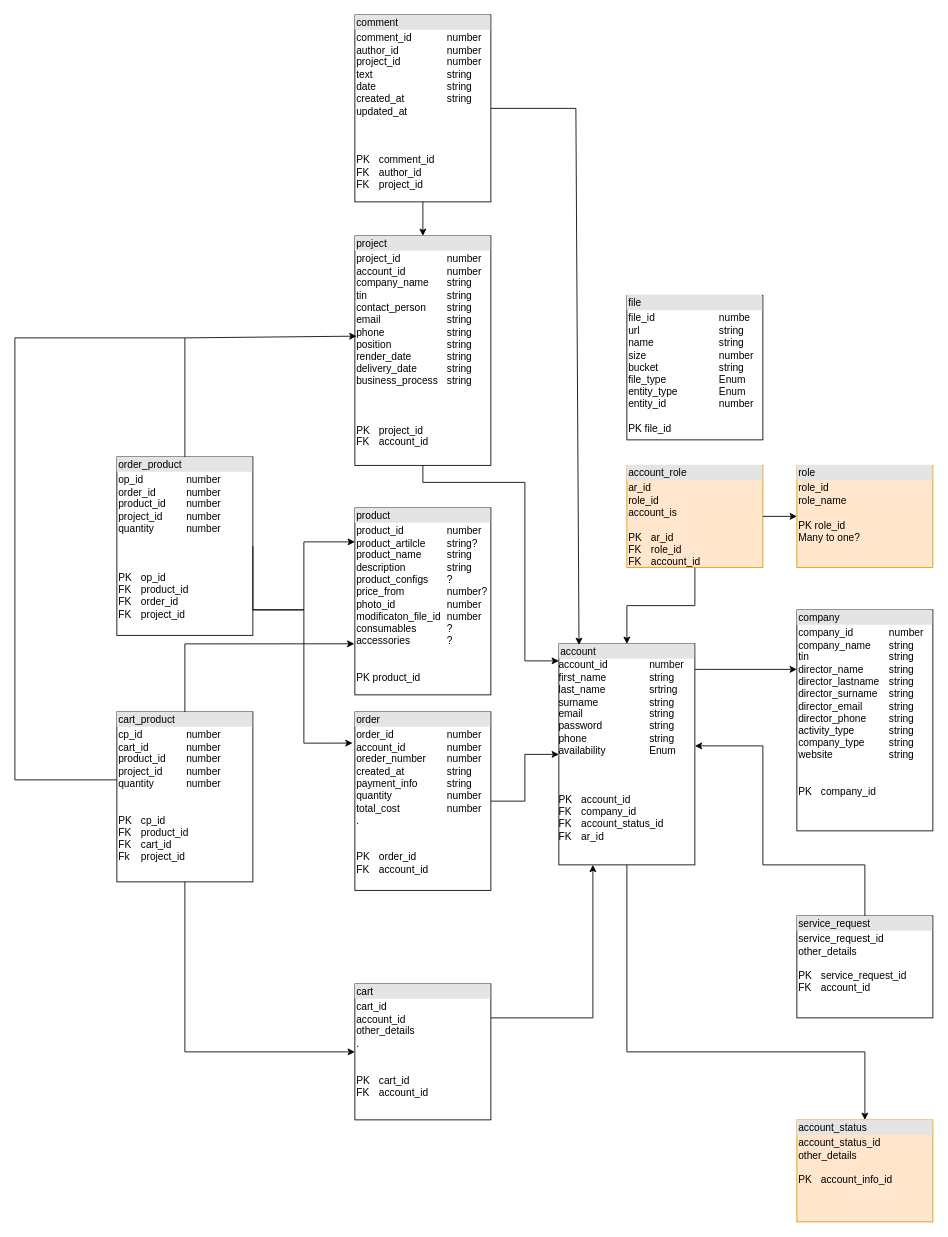
Before: Диаграмма без названия.drawio in zanchess/design-patterns, a draw.io diagram. Source tidied: cells renumbered, new cells numbered last; positions are measured from the earlier drawing's top-left corner, leaving out a move shared by most shapes. Both pictures are drawn from the tidied source at 85%, with x=0, y=0 at pixel (14, 14).
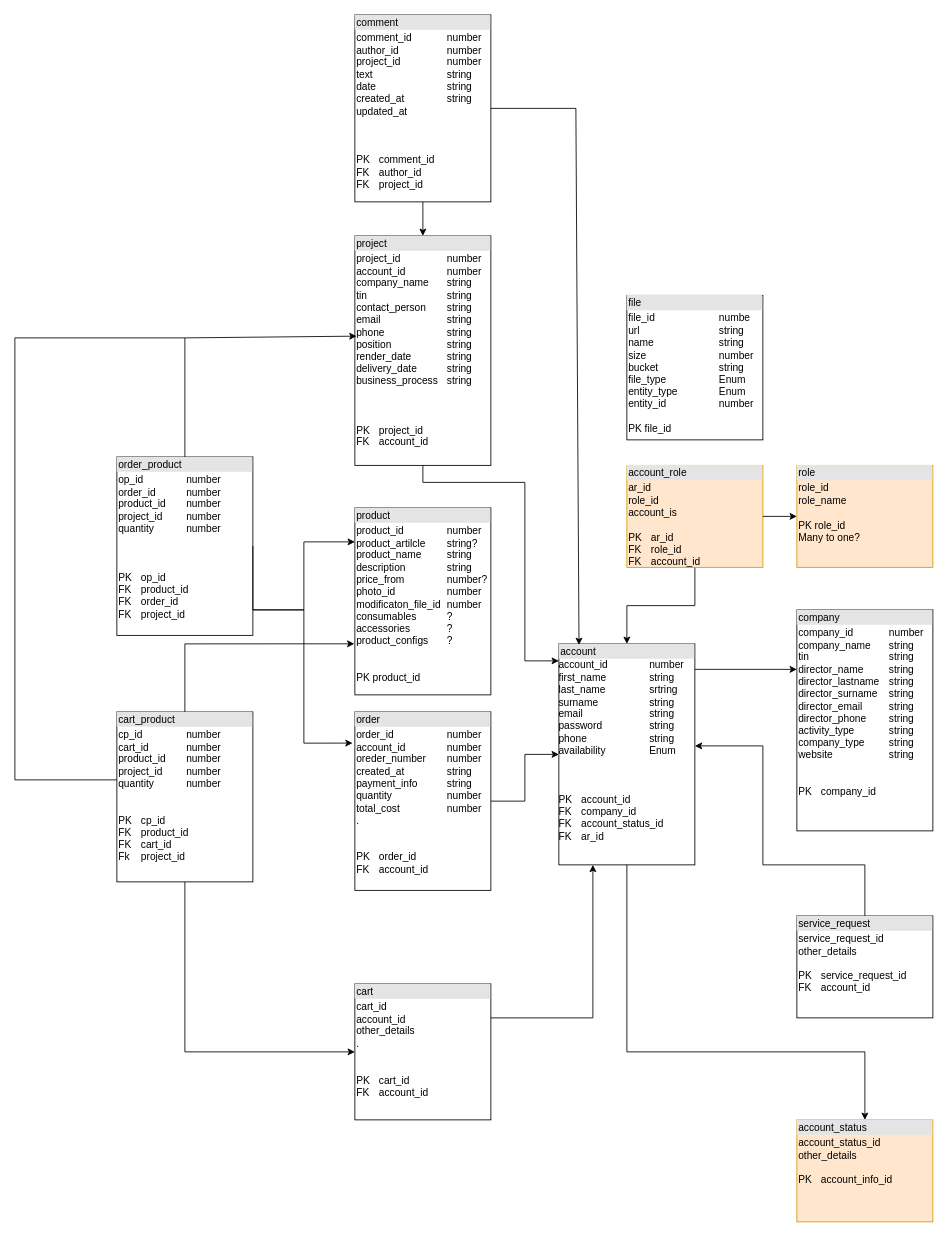
The same diagram, later.

Diff of the diagram source:
```diff
@@
-    <mxCell id="9" value="&lt;div style=&quot;box-sizing:border-box;width:100%;background:#e4e4e4;padding:2px;&quot;&gt;product&lt;/div&gt;&lt;table style=&quot;width:100%;font-size:1em;&quot; cellpadding=&quot;2&quot; cellspacing=&quot;0&quot;&gt;&lt;tbody&gt;&lt;tr&gt;&lt;td&gt;product_id&lt;span style=&quot;white-space: pre;&quot;&gt;&#9;&lt;/span&gt;&lt;span style=&quot;white-space: pre;&quot;&gt;&#9;&lt;/span&gt;number&lt;br&gt;product_artilcle&lt;span style=&quot;white-space: pre;&quot;&gt;&#9;&lt;/span&gt;string?&lt;br&gt;product_name&lt;span style=&quot;white-space: pre;&quot;&gt;&#9;&lt;/span&gt;&lt;span style=&quot;white-space: pre;&quot;&gt;&#9;&lt;/span&gt;string&lt;br&gt;description&lt;span style=&quot;white-space: pre;&quot;&gt;&#9;&lt;/span&gt;&lt;span style=&quot;white-space: pre;&quot;&gt;&#9;&lt;/span&gt;string&lt;br&gt;product_configs&lt;span style=&quot;white-space: pre;&quot;&gt;&#9;&lt;/span&gt;?&lt;br&gt;price_from&lt;span style=&quot;white-space: pre;&quot;&gt;&#9;&lt;/span&gt;&lt;span style=&quot;white-space: pre;&quot;&gt;&#9;&lt;/span&gt;number?&lt;br&gt;photo_id&lt;span style=&quot;white-space: pre;&quot;&gt;&#9;&lt;/span&gt;&lt;span style=&quot;white-space: pre;&quot;&gt;&#9;&lt;/span&gt;&lt;span style=&quot;white-space: pre;&quot;&gt;&#9;&lt;/span&gt;number&lt;br&gt;modificaton_file_id&lt;span style=&quot;white-space: pre;&quot;&gt;&#9;&lt;/span&gt;number&lt;br&gt;consumables&lt;span style=&quot;white-space: pre;&quot;&gt;&#9;&lt;span style=&quot;white-space: pre;&quot;&gt;&#9;&lt;/span&gt;?&lt;br/&gt;accessories&lt;span style=&quot;white-space: pre;&quot;&gt;&#9;&lt;/span&gt;&lt;span style=&quot;white-space: pre;&quot;&gt;&#9;&lt;/span&gt;?&lt;br&gt;&lt;/span&gt;&lt;span style=&quot;white-space: pre;&quot;&gt;&#9;&lt;/span&gt;&lt;span style=&quot;white-space: pre;&quot;&gt;&#9;&lt;/span&gt;&lt;span style=&quot;white-space: pre;&quot;&gt;&#9;&lt;/span&gt;&lt;br&gt;&lt;br&gt;PK product_id&lt;/td&gt;&lt;td&gt;&lt;br&gt;&lt;/td&gt;&lt;/tr&gt;&lt;/tbody&gt;&lt;/table&gt;" style="verticalAlign=top;align=left;overflow=fill;html=1;whiteSpace=wrap;" parent="1" vertex="1">
+    <mxCell id="9" value="&lt;div style=&quot;box-sizing:border-box;width:100%;background:#e4e4e4;padding:2px;&quot;&gt;product&lt;/div&gt;&lt;table style=&quot;width:100%;font-size:1em;&quot; cellpadding=&quot;2&quot; cellspacing=&quot;0&quot;&gt;&lt;tbody&gt;&lt;tr&gt;&lt;td&gt;product_id&lt;span style=&quot;white-space: pre;&quot;&gt;&#9;&lt;/span&gt;&lt;span style=&quot;white-space: pre;&quot;&gt;&#9;&lt;/span&gt;number&lt;br&gt;product_artilcle&lt;span style=&quot;white-space: pre;&quot;&gt;&#9;&lt;/span&gt;string?&lt;br&gt;product_name&lt;span style=&quot;white-space: pre;&quot;&gt;&#9;&lt;/span&gt;&lt;span style=&quot;white-space: pre;&quot;&gt;&#9;&lt;/span&gt;string&lt;br&gt;description&lt;span style=&quot;white-space: pre;&quot;&gt;&#9;&lt;/span&gt;&lt;span style=&quot;white-space: pre;&quot;&gt;&#9;&lt;/span&gt;string&lt;br&gt;price_from&lt;span style=&quot;white-space: pre;&quot;&gt;&#9;&lt;/span&gt;&lt;span style=&quot;white-space: pre;&quot;&gt;&#9;&lt;/span&gt;number?&lt;br&gt;photo_id&lt;span style=&quot;white-space: pre;&quot;&gt;&#9;&lt;/span&gt;&lt;span style=&quot;white-space: pre;&quot;&gt;&#9;&lt;/span&gt;&lt;span style=&quot;white-space: pre;&quot;&gt;&#9;&lt;/span&gt;number&lt;br&gt;modificaton_file_id&lt;span style=&quot;white-space: pre;&quot;&gt;&#9;&lt;/span&gt;number&lt;br&gt;consumables&lt;span style=&quot;white-space: pre;&quot;&gt;&#9;&lt;span style=&quot;white-space: pre;&quot;&gt;&#9;&lt;/span&gt;?&lt;br&gt;accessories&lt;span style=&quot;white-space: pre;&quot;&gt;&#9;&lt;/span&gt;&lt;span style=&quot;white-space: pre;&quot;&gt;&#9;&lt;/span&gt;?&lt;br/&gt;&lt;/span&gt;product_configs&lt;span style=&quot;white-space: pre;&quot;&gt;&#9;&lt;/span&gt;?&lt;span style=&quot;white-space: pre;&quot;&gt;&lt;br&gt;&lt;/span&gt;&lt;span style=&quot;white-space: pre;&quot;&gt;&#9;&lt;/span&gt;&lt;span style=&quot;white-space: pre;&quot;&gt;&#9;&lt;/span&gt;&lt;span style=&quot;white-space: pre;&quot;&gt;&#9;&lt;/span&gt;&lt;br&gt;&lt;br&gt;PK product_id&lt;/td&gt;&lt;td&gt;&lt;br&gt;&lt;/td&gt;&lt;/tr&gt;&lt;/tbody&gt;&lt;/table&gt;" style="verticalAlign=top;align=left;overflow=fill;html=1;whiteSpace=wrap;" parent="1" vertex="1">
       <mxGeometry x="400" y="580" width="160" height="220" as="geometry" />
     </mxCell>
```
